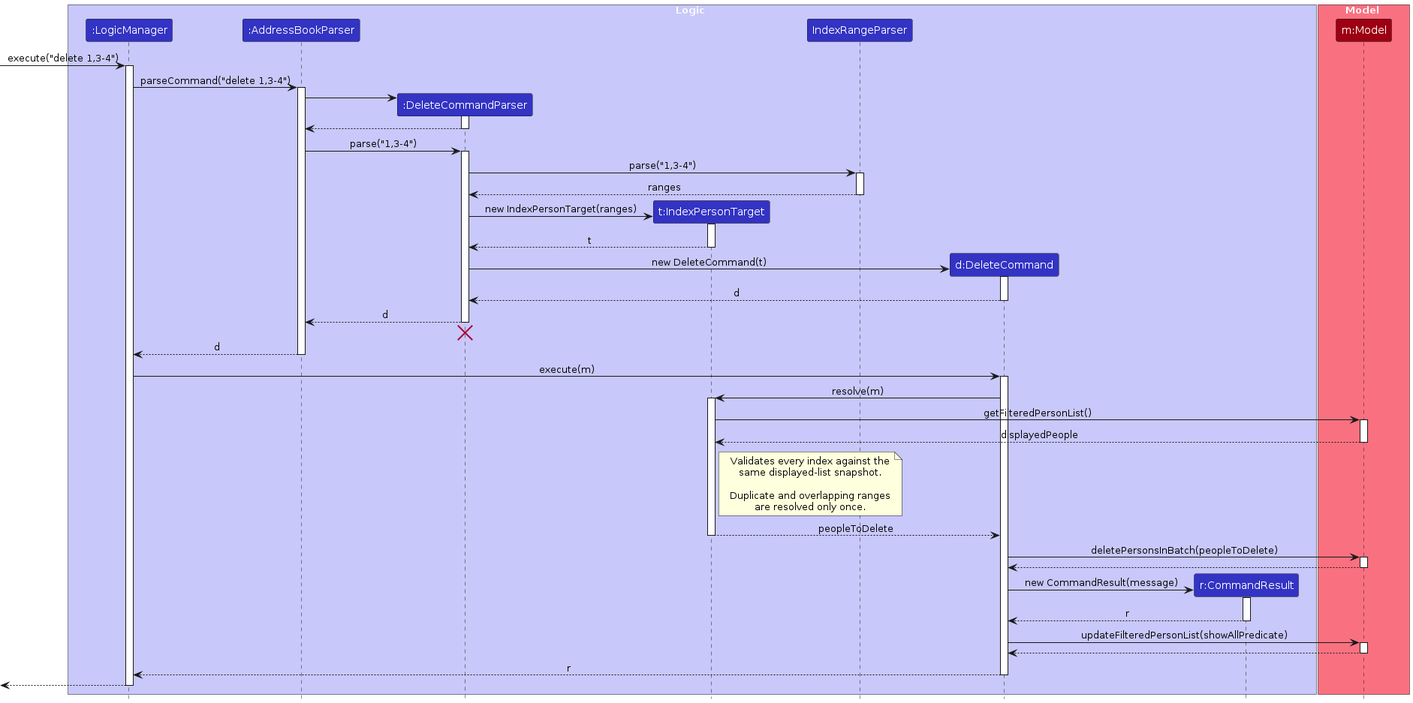
The PlantUML diagram diagrams/DeleteSequenceDiagram.png in AY2627S1-CS2103T-T11-2/tp, before a commit. Its source is kept beside it as diagrams/DeleteSequenceDiagram.puml.
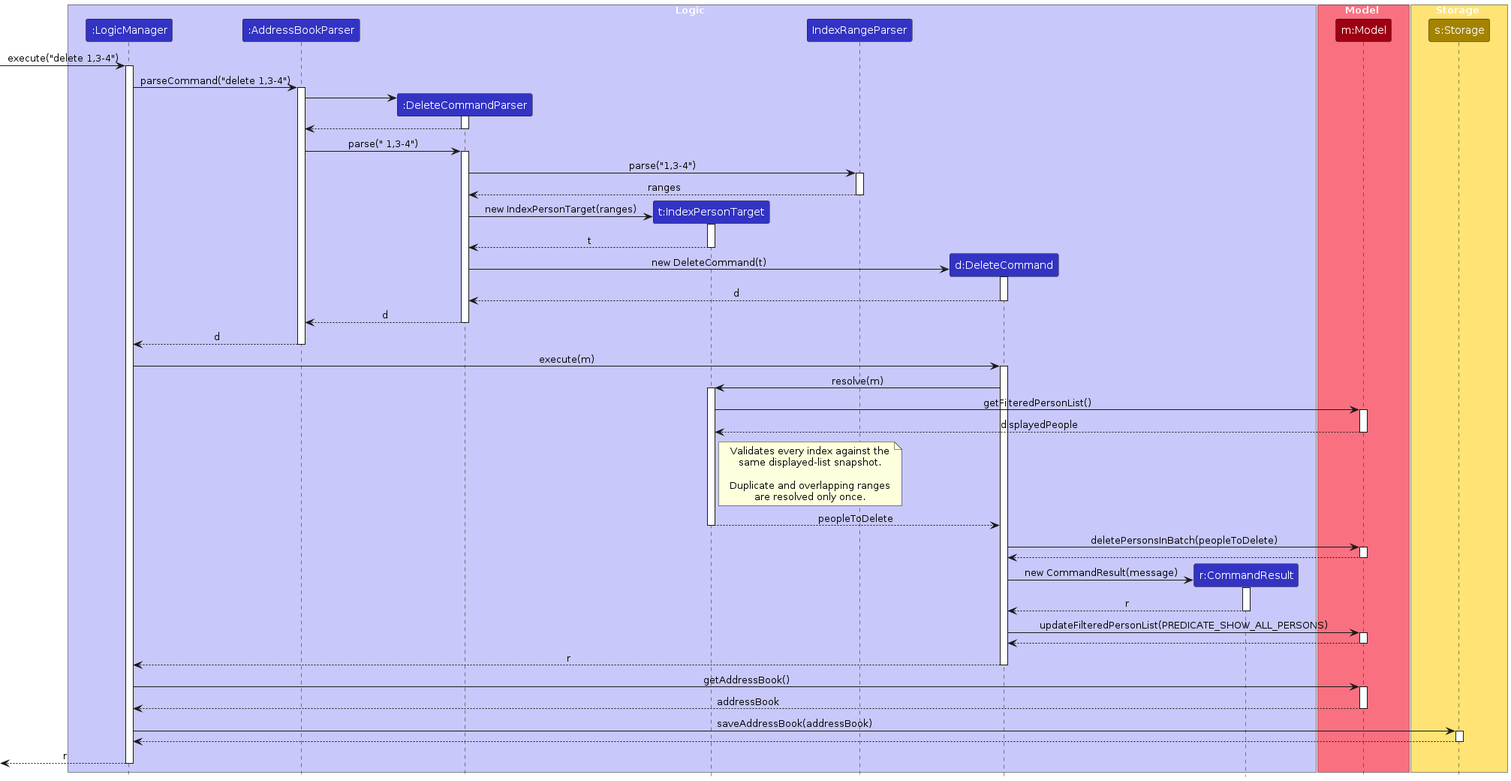
After the commit.

What changed in the source:
```diff
@@ -16,6 +16,10 @@
 participant "m:Model" as Model MODEL_COLOR
 end box
 
+box Storage STORAGE_COLOR_T1
+participant "s:Storage" as Storage STORAGE_COLOR
+end box
+
 [-> LogicManager : execute("delete 1,3-4")
 activate LogicManager
 
@@ -29,7 +33,7 @@
 DeleteCommandParser --> AddressBookParser
 deactivate DeleteCommandParser
 
-AddressBookParser -> DeleteCommandParser : parse("1,3-4")
+AddressBookParser -> DeleteCommandParser : parse(" 1,3-4")
 activate DeleteCommandParser
 
 DeleteCommandParser -> IndexRangeParser : parse("1,3-4")
@@ -53,9 +57,6 @@
 
 DeleteCommandParser --> AddressBookParser : d
 deactivate DeleteCommandParser
-
-DeleteCommandParser -[hidden]-> AddressBookParser
-destroy DeleteCommandParser
 
 AddressBookParser --> LogicManager : d
 deactivate AddressBookParser
@@ -96,7 +97,7 @@
 CommandResult --> DeleteCommand : r
 deactivate CommandResult
 
-DeleteCommand -> Model : updateFilteredPersonList(showAllPredicate)
+DeleteCommand -> Model : updateFilteredPersonList(PREDICATE_SHOW_ALL_PERSONS)
 activate Model
 
 Model --> DeleteCommand
@@ -104,7 +105,16 @@
 
 DeleteCommand --> LogicManager : r
 deactivate DeleteCommand
+LogicManager -> Model : getAddressBook()
+activate Model
+Model --> LogicManager : addressBook
+deactivate Model
 
-[<--LogicManager
+LogicManager -> Storage : saveAddressBook(addressBook)
+activate Storage
+Storage --> LogicManager
+deactivate Storage
+
+[<--LogicManager : r
 deactivate LogicManager
 @enduml
```
